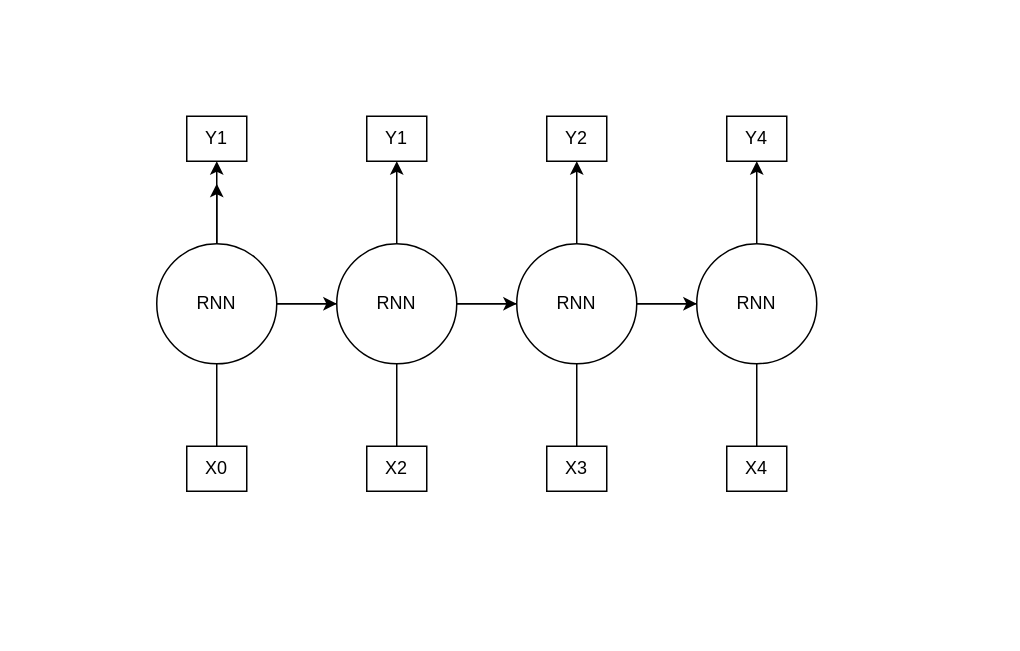
Earlier version of the draw.io diagram rnn.drawio (adekuar/test-repo). Source tidied: cells renumbered, new cells numbered last; positions are measured from the earlier drawing's top-left corner, leaving out a move shared by most shapes. Both pictures are drawn from the tidied source at 150%, with x=0, y=0 at pixel (156, 116).
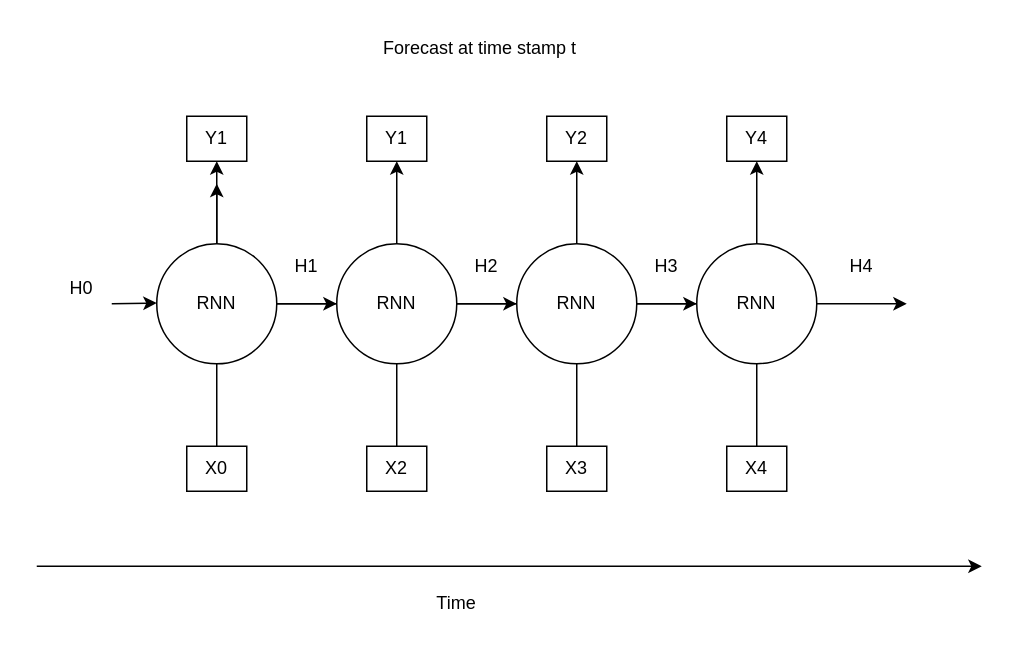
After the change.

The change refers to these unchanged cells:
```xml
<mxCell id="32" value="RNN" style="ellipse;whiteSpace=wrap;html=1;" parent="1" vertex="1">
  <mxGeometry x="360" y="85" width="80" height="80" as="geometry" />
</mxCell>
```

The edit, as a diff of the source:
```diff
@@
+    <mxCell id="33" style="endArrow=classic;html=1;rounded=0;exitX=1;exitY=0.5;exitDx=0;exitDy=0;" parent="1" edge="1" source="32">
+      <mxGeometry relative="1" as="geometry">
+        <mxPoint x="500" y="125" as="targetPoint" />
+      </mxGeometry>
+    </mxCell>
+    <mxCell id="34" value="H1" style="text;html=1;align=center;verticalAlign=middle;whiteSpace=wrap;rounded=0;" parent="1" vertex="1">
+      <mxGeometry x="70" y="85" width="60" height="30" as="geometry" />
+    </mxCell>
+    <mxCell id="35" value="H2" style="text;html=1;align=center;verticalAlign=middle;whiteSpace=wrap;rounded=0;" parent="1" vertex="1">
+      <mxGeometry x="190" y="85" width="60" height="30" as="geometry" />
+    </mxCell>
+    <mxCell id="36" value="H3" style="text;html=1;align=center;verticalAlign=middle;whiteSpace=wrap;rounded=0;" parent="1" vertex="1">
+      <mxGeometry x="310" y="85" width="60" height="30" as="geometry" />
+    </mxCell>
+    <mxCell id="37" value="H4" style="text;html=1;align=center;verticalAlign=middle;whiteSpace=wrap;rounded=0;" parent="1" vertex="1">
+      <mxGeometry x="440" y="85" width="60" height="30" as="geometry" />
+    </mxCell>
+    <mxCell id="38" value="H0" style="text;html=1;align=center;verticalAlign=middle;whiteSpace=wrap;rounded=0;" parent="1" vertex="1">
+      <mxGeometry x="-80" y="100" width="60" height="30" as="geometry" />
+    </mxCell>
+    <mxCell id="39" style="endArrow=classic;html=1;rounded=0;" parent="1" edge="1">
+      <mxGeometry relative="1" as="geometry">
+        <mxPoint x="-30" y="125" as="sourcePoint" />
+        <mxPoint y="124.5" as="targetPoint" />
+      </mxGeometry>
+    </mxCell>
+    <mxCell id="40" style="endArrow=classic;html=1;rounded=0;" parent="1" edge="1">
+      <mxGeometry relative="1" as="geometry">
+        <mxPoint x="-80" y="300" as="sourcePoint" />
+        <mxPoint x="550" y="300" as="targetPoint" />
+      </mxGeometry>
+    </mxCell>
+    <mxCell id="41" value="Time" style="text;html=1;align=center;verticalAlign=middle;whiteSpace=wrap;rounded=0;" parent="1" vertex="1">
+      <mxGeometry x="170" y="310" width="60" height="30" as="geometry" />
+    </mxCell>
+    <mxCell id="42" value="&amp;nbsp;Forecast at time stamp t" style="text;html=1;align=center;verticalAlign=middle;whiteSpace=wrap;rounded=0;" parent="1" vertex="1">
+      <mxGeometry x="124" y="-60" width="180" height="30" as="geometry" />
+    </mxCell>
```
